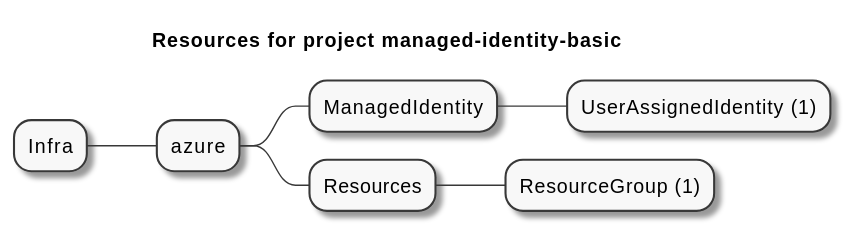
grucloud/grucloud keeps this PlantUML diagram as examples/azure/ManagedIdentity/managed-identity-basic/artifacts/resources-mindmap.svg. Above is the earlier version.
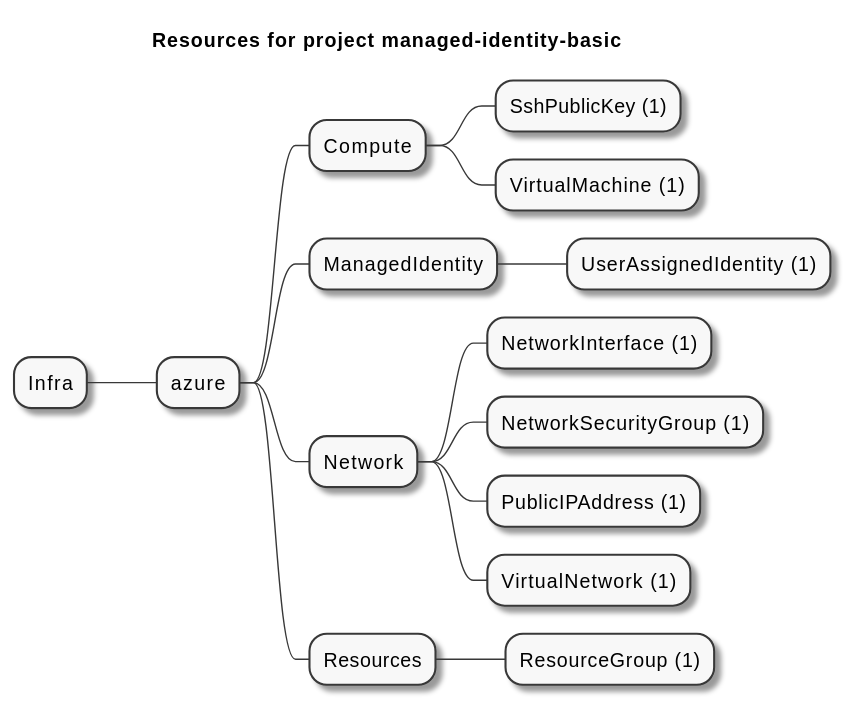
Later version of the same file.

What changed in the source:
```diff
@@ -3,8 +3,16 @@
 skinparam monochrome true
 + Infra
 ++ azure
++++ Compute
+++++ SshPublicKey (1)
+++++ VirtualMachine (1)
 +++ ManagedIdentity
 ++++ UserAssignedIdentity (1)
++++ Network
+++++ NetworkInterface (1)
+++++ NetworkSecurityGroup (1)
+++++ PublicIPAddress (1)
+++++ VirtualNetwork (1)
 +++ Resources
 ++++ ResourceGroup (1)
 @endmindmap
```
